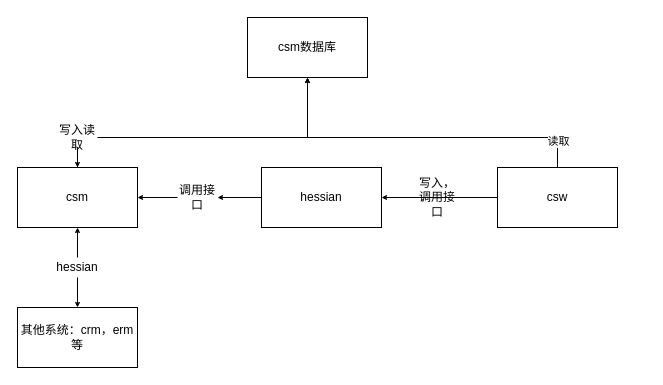
The draw.io diagram newModel.drawio in lin-owen/hello-world, before the edit. Source tidied: cells renumbered, new cells numbered last; positions are measured from the earlier drawing's top-left corner, leaving out a move shared by most shapes. Both pictures are drawn from the tidied source at 100%, with x=0, y=0 at pixel (17, 17).
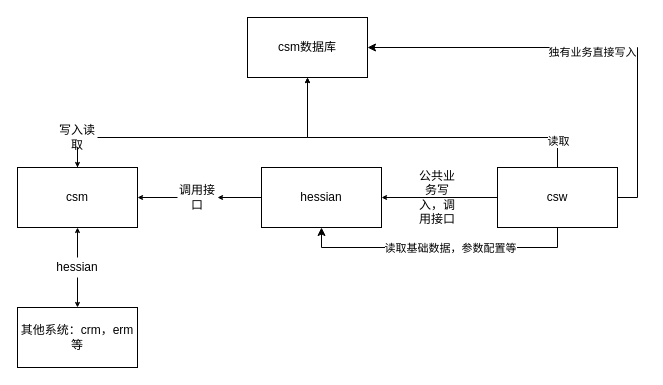
After the change.

The change refers to these unchanged cells:
```xml
<mxCell id="2" value="csm数据库" style="rounded=0;whiteSpace=wrap;html=1;" parent="1" vertex="1">
  <mxGeometry x="230" width="120" height="60" as="geometry" />
</mxCell>
<mxCell id="5" value="hessian" style="rounded=0;whiteSpace=wrap;html=1;" parent="1" vertex="1">
  <mxGeometry x="244" y="150" width="120" height="60" as="geometry" />
</mxCell>
<mxCell id="9" value="csw" style="rounded=0;whiteSpace=wrap;html=1;" parent="1" vertex="1">
  <mxGeometry x="480" y="150" width="120" height="60" as="geometry" />
</mxCell>
```

Diff of the diagram source:
```diff
@@
+    <mxCell id="20" style="edgeStyle=orthogonalEdgeStyle;rounded=0;jettySize=auto;html=1;exitX=1;exitY=0.5;exitDx=0;exitDy=0;entryX=1;entryY=0.5;entryDx=0;entryDy=0;" parent="1" edge="1" source="9" target="2">
+      <mxGeometry relative="1" as="geometry" />
+    </mxCell>
+    <mxCell id="21" value="独有业务直接写入" style="edgeLabel;html=1;align=center;verticalAlign=middle;" parent="20" vertex="1">
+      <mxGeometry x="-0.02" y="4" relative="1" as="geometry" />
+    </mxCell>
+    <mxCell id="22" style="edgeStyle=orthogonalEdgeStyle;rounded=0;jettySize=auto;html=1;exitX=0.5;exitY=1;exitDx=0;exitDy=0;entryX=0.5;entryY=1;entryDx=0;entryDy=0;" parent="1" edge="1" source="9" target="5">
+      <mxGeometry relative="1" as="geometry" />
+    </mxCell>
+    <mxCell id="23" value="读取基础数据，参数配置等" style="edgeLabel;html=1;align=center;verticalAlign=middle;" parent="22" vertex="1">
+      <mxGeometry x="-0.07" relative="1" as="geometry" />
+    </mxCell>
@@
-    <mxCell id="17" value="写入，调用接口" style="text;html=1;strokeColor=none;fillColor=none;align=center;verticalAlign=middle;whiteSpace=wrap;rounded=0;" parent="1" vertex="1">
+    <mxCell id="17" value="公共业务写入，调用接口" style="text;html=1;strokeColor=none;fillColor=none;align=center;verticalAlign=middle;whiteSpace=wrap;rounded=0;" parent="1" vertex="1">
       <mxGeometry x="400" y="170" width="40" height="20" as="geometry" />
     </mxCell>
```
